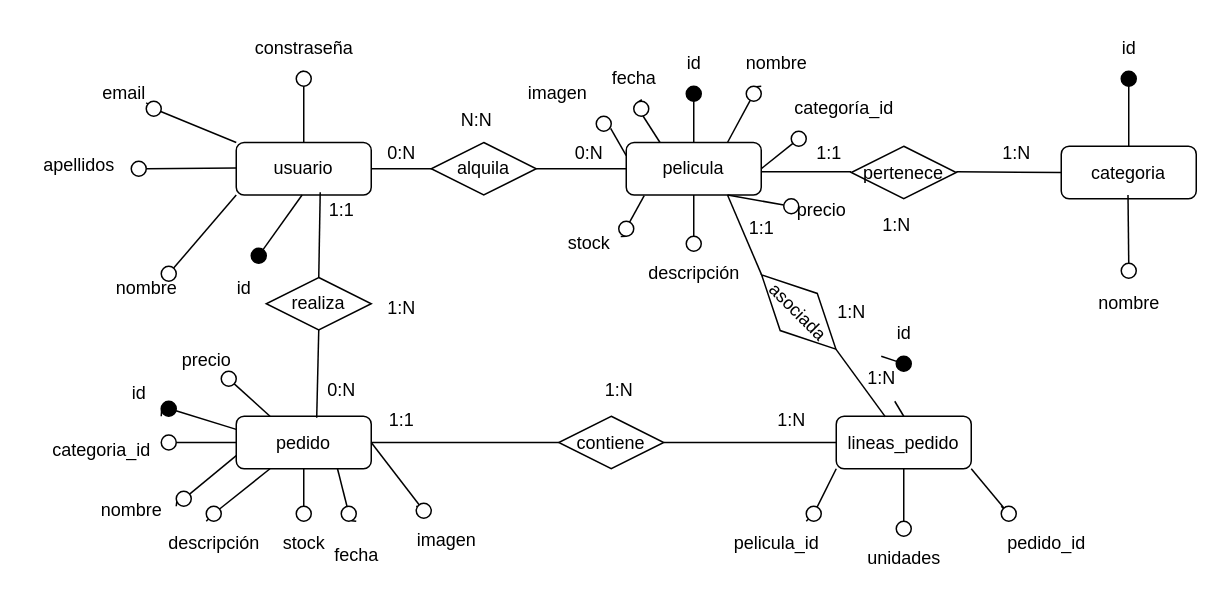
Before: diagrama_entidad_relacion.drawio in Juan-GR123/TFG, a draw.io diagram. Source tidied: cells renumbered, new cells numbered last; positions are measured from the earlier drawing's top-left corner, leaving out a move shared by most shapes. Both pictures are drawn from the tidied source at 150%, with x=0, y=0 at pixel (26, 26).
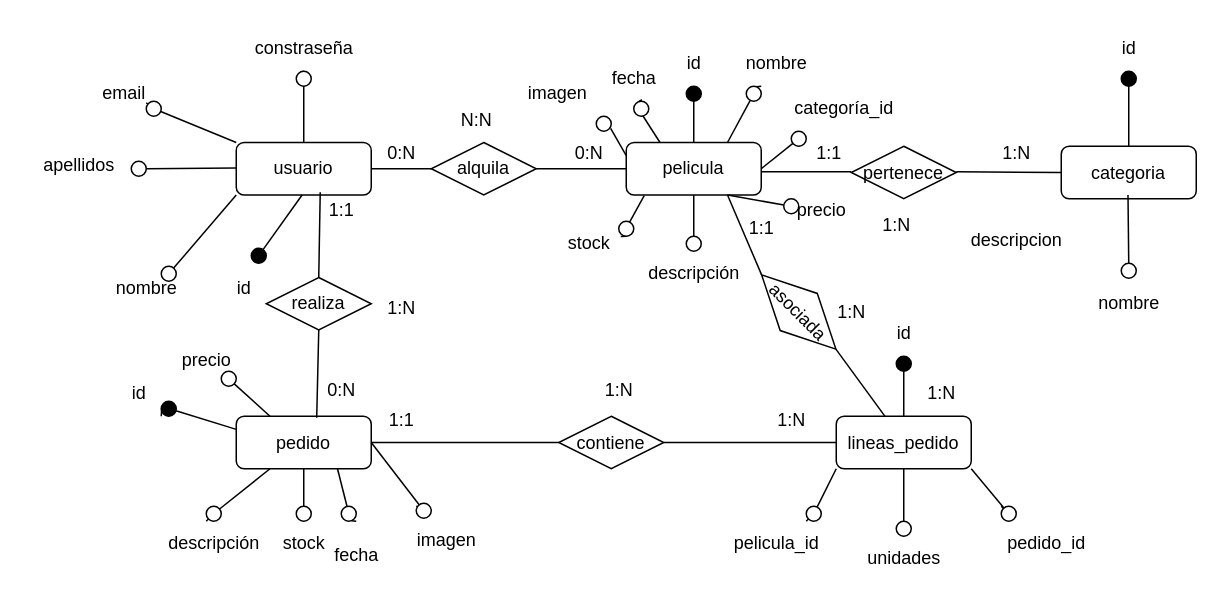
After the change.

Unchanged cells that the change refers to:
```xml
<mxCell id="4" value="pedido" style="rounded=1;whiteSpace=wrap;html=1;" parent="1" vertex="1">
  <mxGeometry x="140" y="260" width="90" height="35" as="geometry" />
</mxCell>
<mxCell id="6" value="lineas_pedido" style="rounded=1;whiteSpace=wrap;html=1;" parent="1" vertex="1">
  <mxGeometry x="540" y="260" width="90" height="35" as="geometry" />
</mxCell>
<mxCell id="72" style="ellipse;whiteSpace=wrap;html=1;fillColor=#000000;" parent="1" vertex="1">
  <mxGeometry x="580" y="220" width="10" height="10" as="geometry" />
</mxCell>
```

The edit, as a diff of the source:
```diff
@@
-    <mxCell id="67" style="endArrow=none;html=1;rounded=0;entryX=0.5;entryY=0;entryDx=0;entryDy=0;" parent="1" edge="1" source="140" target="6">
-      <mxGeometry relative="1" as="geometry" />
-    </mxCell>
@@
-    <mxCell id="86" style="endArrow=none;html=1;rounded=0;exitX=0;exitY=0.5;exitDx=0;exitDy=0;" parent="1" edge="1" source="92">
+    <mxCell id="86" style="endArrow=none;html=1;rounded=0;exitX=0;exitY=0.5;exitDx=0;exitDy=0;" parent="1" edge="1">
       <mxGeometry relative="1" as="geometry">
+        <mxPoint x="90" y="277.5" as="sourcePoint" />
         <mxPoint x="90" y="278" as="targetPoint" />
       </mxGeometry>
     </mxCell>
@@
-    <mxCell id="88" style="endArrow=none;html=1;rounded=0;exitX=0;exitY=0.75;exitDx=0;exitDy=0;" parent="1" edge="1" source="94">
-      <mxGeometry relative="1" as="geometry">
-        <mxPoint x="100" y="320" as="targetPoint" />
-      </mxGeometry>
-    </mxCell>
@@
-    <mxCell id="91" style="endArrow=none;html=1;rounded=0;exitX=0;exitY=0.5;exitDx=0;exitDy=0;" parent="1" edge="1" source="4" target="92">
-      <mxGeometry relative="1" as="geometry" />
-    </mxCell>
-    <mxCell id="92" style="ellipse;whiteSpace=wrap;html=1;" parent="1" vertex="1">
-      <mxGeometry x="90" y="272.5" width="10" height="10" as="geometry" />
-    </mxCell>
-    <mxCell id="93" style="endArrow=none;html=1;rounded=0;exitX=0;exitY=0.75;exitDx=0;exitDy=0;" parent="1" edge="1" source="4" target="94">
-      <mxGeometry relative="1" as="geometry" />
-    </mxCell>
-    <mxCell id="94" style="ellipse;whiteSpace=wrap;html=1;" parent="1" vertex="1">
-      <mxGeometry x="100" y="310" width="10" height="10" as="geometry" />
-    </mxCell>
@@
-    <mxCell id="105" value="categoria_id" style="text;html=1;align=center;verticalAlign=middle;strokeColor=none;fillColor=none;" parent="1" vertex="1">
-      <mxGeometry x="5" y="268" width="90" height="30" as="geometry" />
-    </mxCell>
-    <mxCell id="106" value="nombre" style="text;html=1;align=center;verticalAlign=middle;strokeColor=none;fillColor=none;" parent="1" vertex="1">
-      <mxGeometry x="40" y="308" width="60" height="30" as="geometry" />
-    </mxCell>
@@
-    <mxCell id="139" style="endArrow=none;html=1;rounded=0;entryX=0.5;entryY=0;entryDx=0;entryDy=0;" parent="1" edge="1" source="72" target="140">
+    <mxCell id="139" style="endArrow=none;html=1;rounded=0;entryX=0.5;entryY=0;entryDx=0;entryDy=0;" parent="1" edge="1" source="72" target="6">
       <mxGeometry relative="1" as="geometry" />
     </mxCell>
     <mxCell id="140" value="1:N" style="text;html=1;align=center;verticalAlign=middle;points=[];strokeColor=none;fillColor=none;" parent="1" vertex="1">
-      <mxGeometry x="550" y="220" width="40" height="30" as="geometry" />
+      <mxGeometry x="590" y="230" width="40" height="30" as="geometry" />
     </mxCell>
@@
+    <mxCell id="142" value="descripcion" style="text;html=1;align=center;verticalAlign=middle;strokeColor=none;fillColor=none;" parent="1" vertex="1">
+      <mxGeometry x="620" y="128" width="80" height="30" as="geometry" />
+    </mxCell>
```
